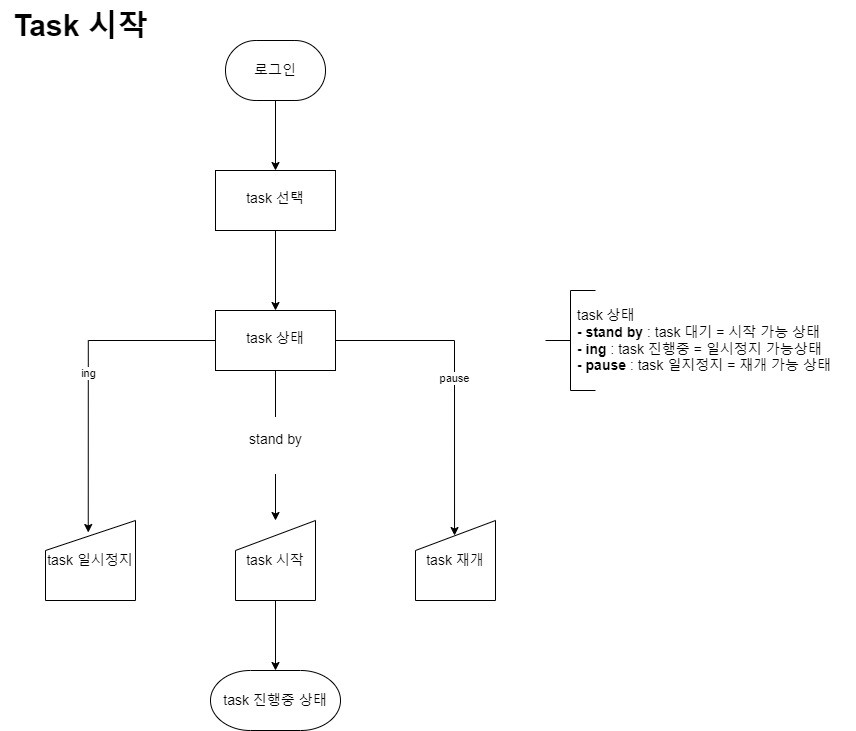
Earlier version of the draw.io export timetodo-flowchart/starting task.png (MEOHIN/todo-pe). Source tidied: cells renumbered, new cells last; positions are measured from the earlier drawing's top-left corner, leaving out a move shared by most shapes.
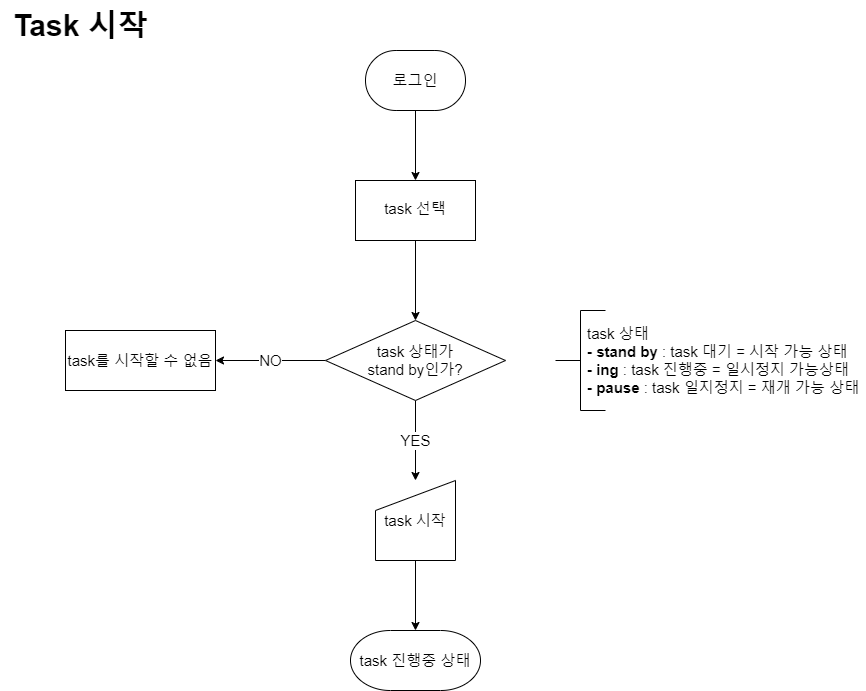
The same file after the commit.

The edit, as a diff of the source:
```diff
@@ -2,55 +2,49 @@
   <root>
     <mxCell id="0" />
     <mxCell id="1" parent="0" />
-    <mxCell id="2" style="edgeStyle=orthogonalEdgeStyle;rounded=0;jettySize=auto;html=1;fontSize=14;strokeWidth=1;exitX=0.5;exitY=1;exitDx=0;exitDy=0;exitPerimeter=0;" parent="1" edge="1" source="9" target="4">
+    <mxCell id="2" style="edgeStyle=orthogonalEdgeStyle;rounded=0;jettySize=auto;html=1;fontSize=15;strokeWidth=1;exitX=0.5;exitY=1;exitDx=0;exitDy=0;exitPerimeter=0;" parent="1" edge="1" source="9" target="4">
       <mxGeometry relative="1" as="geometry" />
     </mxCell>
-    <mxCell id="3" style="edgeStyle=orthogonalEdgeStyle;rounded=0;jettySize=auto;html=1;fontSize=14;" parent="1" edge="1" source="4" target="14">
-      <mxGeometry relative="1" as="geometry" />
-    </mxCell>
+    <mxCell id="18" style="edgeStyle=orthogonalEdgeStyle;rounded=0;jettySize=auto;html=1;fontSize=15;" parent="1" edge="1" source="4" target="21">
+      <mxGeometry relative="1" as="geometry" />
+    </mxCell>
-    <mxCell id="4" value="task 선택" style="whiteSpace=wrap;html=1;fontSize=14;shadow=0;strokeWidth=1;spacing=6;spacingTop=-4;" parent="1" vertex="1">
-      <mxGeometry x="215" y="170" width="120" height="60" as="geometry" />
+    <mxCell id="4" value="task 선택" style="whiteSpace=wrap;html=1;fontSize=15;shadow=0;strokeWidth=1;spacing=6;spacingTop=-4;" parent="1" vertex="1">
+      <mxGeometry x="355" y="180" width="120" height="60" as="geometry" />
     </mxCell>
-    <mxCell id="5" value="task 상태&lt;br style=&quot;font-size: 14px;&quot;&gt;&lt;b style=&quot;font-size: 14px;&quot;&gt;- stand by&lt;/b&gt; : task 대기 = 시작 가능 상태&lt;br style=&quot;font-size: 14px;&quot;&gt;&lt;b style=&quot;font-size: 14px;&quot;&gt;- ing&lt;/b&gt; : task 진행중 = 일시정지 가능상태&lt;br style=&quot;font-size: 14px;&quot;&gt;&lt;b style=&quot;font-size: 14px;&quot;&gt;- pause&lt;/b&gt; : task 일지정지 = 재개 가능 상태" style="text;html=1;strokeColor=none;fillColor=none;align=left;verticalAlign=middle;whiteSpace=wrap;rounded=0;fontSize=14;strokeWidth=1;" parent="1" vertex="1">
-      <mxGeometry x="575" y="290" width="280" height="100" as="geometry" />
+    <mxCell id="5" value="task 상태&lt;br style=&quot;font-size: 15px;&quot;&gt;&lt;b style=&quot;font-size: 15px;&quot;&gt;- stand by&lt;/b&gt; : task 대기 = 시작 가능 상태&lt;br style=&quot;font-size: 15px;&quot;&gt;&lt;b style=&quot;font-size: 15px;&quot;&gt;- ing&lt;/b&gt; : task 진행중 = 일시정지 가능상태&lt;br style=&quot;font-size: 15px;&quot;&gt;&lt;b style=&quot;font-size: 15px;&quot;&gt;- pause&lt;/b&gt; : task 일지정지 = 재개 가능 상태" style="text;html=1;strokeColor=none;fillColor=none;align=left;verticalAlign=middle;whiteSpace=wrap;rounded=0;fontSize=15;strokeWidth=1;" parent="1" vertex="1">
+      <mxGeometry x="585" y="310" width="280" height="100" as="geometry" />
     </mxCell>
-    <mxCell id="6" style="edgeStyle=orthogonalEdgeStyle;rounded=0;jettySize=auto;html=1;exitX=0.5;exitY=1;exitDx=0;exitDy=0;fontSize=14;strokeWidth=1;" parent="1" edge="1" source="7">
+    <mxCell id="6" style="edgeStyle=orthogonalEdgeStyle;rounded=0;jettySize=auto;html=1;exitX=0.5;exitY=1;exitDx=0;exitDy=0;fontSize=15;strokeWidth=1;" parent="1" edge="1" source="7">
       <mxGeometry relative="1" as="geometry">
-        <mxPoint x="275" y="670" as="targetPoint" />
+        <mxPoint x="415" y="630" as="targetPoint" />
       </mxGeometry>
     </mxCell>
-    <mxCell id="7" value="task 시작" style="shape=manualInput;whiteSpace=wrap;html=1;fontSize=14;strokeWidth=1;" parent="1" vertex="1">
-      <mxGeometry x="235" y="520" width="80" height="80" as="geometry" />
+    <mxCell id="7" value="task 시작" style="shape=manualInput;whiteSpace=wrap;html=1;fontSize=15;strokeWidth=1;" parent="1" vertex="1">
+      <mxGeometry x="375" y="480" width="80" height="80" as="geometry" />
     </mxCell>
-    <mxCell id="8" style="strokeWidth=1;html=1;shape=mxgraph.flowchart.annotation_2;align=left;labelPosition=right;fontSize=14;" parent="1" vertex="1">
-      <mxGeometry x="545" y="290" width="50" height="100" as="geometry" />
+    <mxCell id="8" style="strokeWidth=1;html=1;shape=mxgraph.flowchart.annotation_2;align=left;labelPosition=right;fontSize=15;" parent="1" vertex="1">
+      <mxGeometry x="555" y="310" width="50" height="100" as="geometry" />
     </mxCell>
-    <mxCell id="9" value="로그인" style="strokeWidth=1;html=1;shape=mxgraph.flowchart.terminator;whiteSpace=wrap;fontSize=14;" parent="1" vertex="1">
-      <mxGeometry x="225" y="40" width="100" height="60" as="geometry" />
+    <mxCell id="9" value="로그인" style="strokeWidth=1;html=1;shape=mxgraph.flowchart.terminator;whiteSpace=wrap;fontSize=15;" parent="1" vertex="1">
+      <mxGeometry x="365" y="50" width="100" height="60" as="geometry" />
     </mxCell>
-    <mxCell id="10" value="task 진행중 상태" style="strokeWidth=1;html=1;shape=mxgraph.flowchart.terminator;whiteSpace=wrap;fontSize=14;" parent="1" vertex="1">
-      <mxGeometry x="210" y="670" width="130" height="60" as="geometry" />
+    <mxCell id="10" value="task 진행중 상태" style="strokeWidth=1;html=1;shape=mxgraph.flowchart.terminator;whiteSpace=wrap;fontSize=15;" parent="1" vertex="1">
+      <mxGeometry x="350" y="630" width="130" height="60" as="geometry" />
     </mxCell>
-    <mxCell id="11" value="&#10;&lt;span style=&quot;color: rgb(0, 0, 0); font-family: Helvetica; font-size: 14px; font-style: normal; font-variant-ligatures: normal; font-variant-caps: normal; font-weight: 400; letter-spacing: normal; orphans: 2; text-align: center; text-indent: 0px; text-transform: none; widows: 2; word-spacing: 0px; -webkit-text-stroke-width: 0px; background-color: rgb(255, 255, 255); text-decoration-thickness: initial; text-decoration-style: initial; text-decoration-color: initial; float: none; display: inline !important;&quot;&gt;stand by&lt;/span&gt;&#10;&#10;" style="edgeStyle=orthogonalEdgeStyle;rounded=0;jettySize=auto;html=1;" parent="1" edge="1" source="14" target="7">
-      <mxGeometry relative="1" as="geometry" />
-    </mxCell>
-    <mxCell id="12" value="ing" style="edgeStyle=orthogonalEdgeStyle;rounded=0;jettySize=auto;html=1;exitX=0;exitY=0.5;exitDx=0;exitDy=0;entryX=0.475;entryY=0.15;entryDx=0;entryDy=0;entryPerimeter=0;" parent="1" edge="1" source="14" target="15">
-      <mxGeometry relative="1" as="geometry" />
-    </mxCell>
-    <mxCell id="13" value="pause" style="edgeStyle=orthogonalEdgeStyle;rounded=0;jettySize=auto;html=1;exitX=1;exitY=0.5;exitDx=0;exitDy=0;entryX=0.488;entryY=0.188;entryDx=0;entryDy=0;entryPerimeter=0;" parent="1" edge="1" source="14" target="16">
-      <mxGeometry relative="1" as="geometry" />
-    </mxCell>
-    <mxCell id="14" value="task 상태" style="whiteSpace=wrap;html=1;fontSize=14;shadow=0;strokeWidth=1;spacing=6;spacingTop=-4;" parent="1" vertex="1">
-      <mxGeometry x="215" y="310" width="120" height="60" as="geometry" />
-    </mxCell>
-    <mxCell id="15" value="task 일시정지" style="shape=manualInput;whiteSpace=wrap;html=1;fontSize=14;strokeWidth=1;" parent="1" vertex="1">
-      <mxGeometry x="45" y="520" width="90" height="80" as="geometry" />
-    </mxCell>
-    <mxCell id="16" value="task 재개" style="shape=manualInput;whiteSpace=wrap;html=1;fontSize=14;strokeWidth=1;" parent="1" vertex="1">
-      <mxGeometry x="415" y="520" width="80" height="80" as="geometry" />
-    </mxCell>
-    <mxCell id="17" value="&lt;span style=&quot;font-size: 30px;&quot;&gt;Task 시작&lt;/span&gt;" style="text;html=1;align=center;verticalAlign=middle;strokeColor=none;fillColor=none;fontStyle=1;" parent="1" vertex="1">
+    <mxCell id="17" value="&lt;span style=&quot;font-size: 30px;&quot;&gt;Task 시작&lt;/span&gt;" style="text;html=1;align=center;verticalAlign=middle;strokeColor=none;fillColor=none;fontStyle=1;fontSize=30;" parent="1" vertex="1">
       <mxGeometry width="160" height="50" as="geometry" />
     </mxCell>
+    <mxCell id="19" value="YES" style="edgeStyle=orthogonalEdgeStyle;rounded=0;jettySize=auto;html=1;fontSize=15;" parent="1" edge="1" source="21" target="7">
+      <mxGeometry relative="1" as="geometry" />
+    </mxCell>
+    <mxCell id="20" value="NO" style="edgeStyle=orthogonalEdgeStyle;rounded=0;jettySize=auto;html=1;fontSize=15;" parent="1" edge="1" source="21" target="22">
+      <mxGeometry relative="1" as="geometry" />
+    </mxCell>
+    <mxCell id="21" value="task 상태가&lt;br style=&quot;font-size: 15px;&quot;&gt;stand by인가?" style="rhombus;whiteSpace=wrap;html=1;fontSize=15;" parent="1" vertex="1">
+      <mxGeometry x="325" y="320" width="180" height="80" as="geometry" />
+    </mxCell>
+    <mxCell id="22" value="task를 시작할 수 없음" style="whiteSpace=wrap;html=1;fontSize=15;" parent="1" vertex="1">
+      <mxGeometry x="65" y="330" width="150" height="60" as="geometry" />
+    </mxCell>
   </root>
 </mxGraphModel>
```
